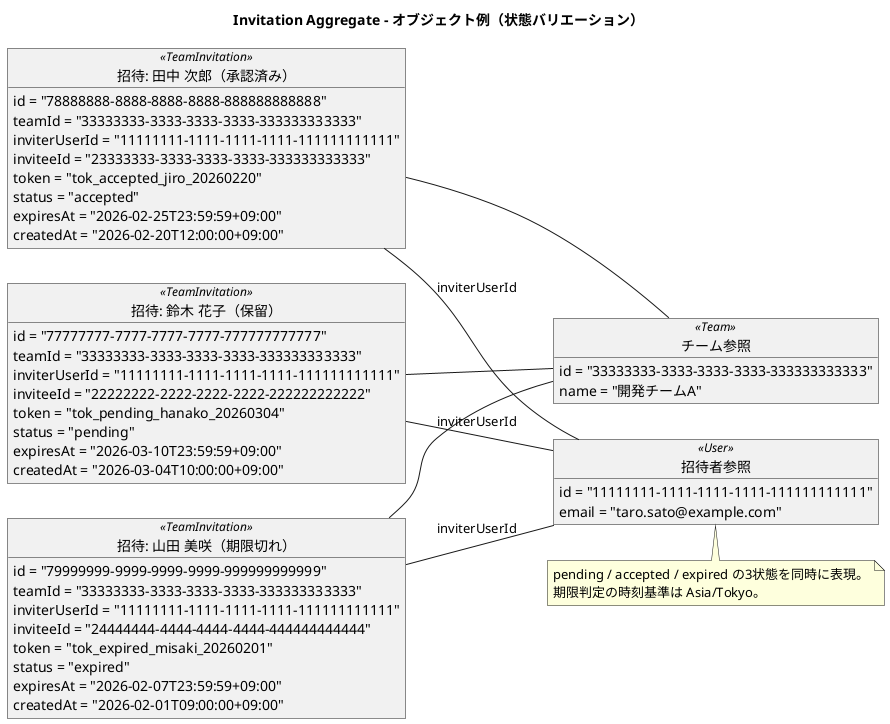
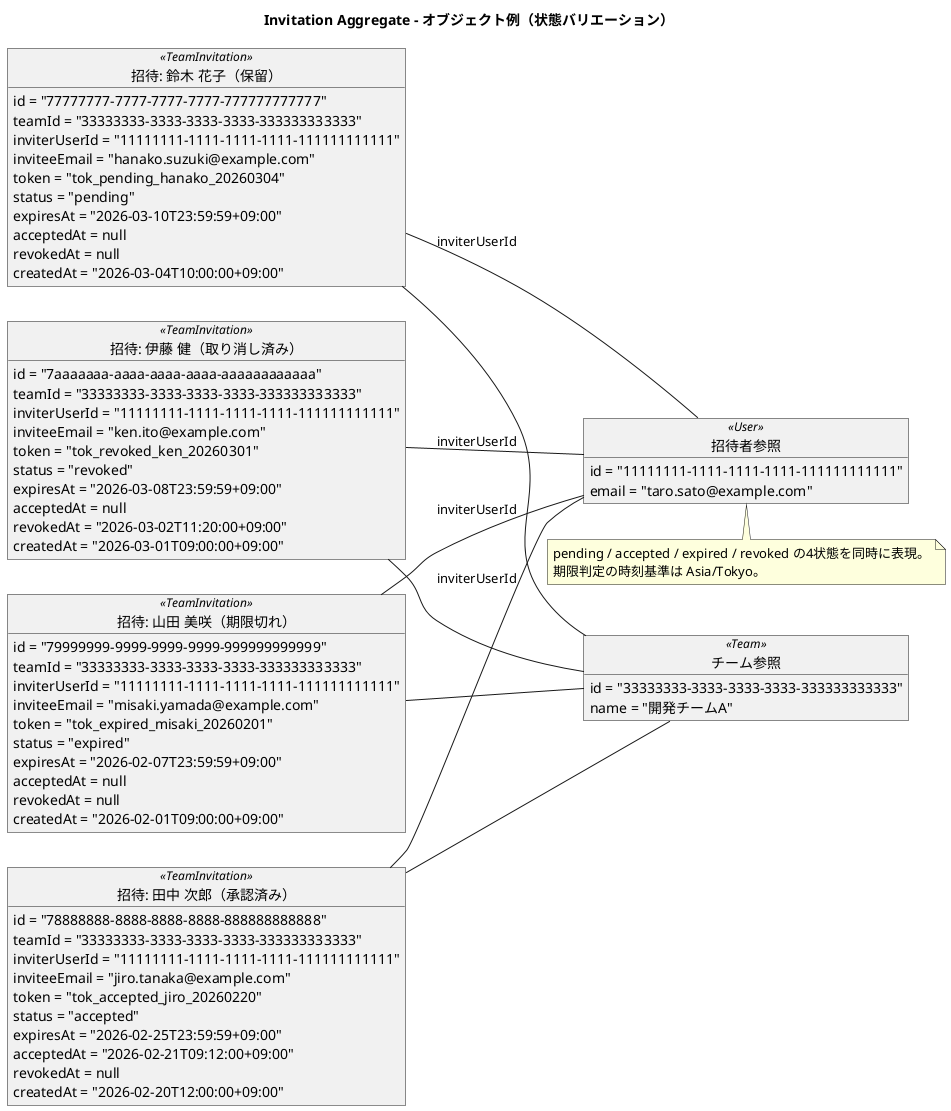
@startuml
title Invitation Aggregate - オブジェクト例（状態バリエーション）

left to right direction
skinparam shadowing false
skinparam objectAttributeIconSize 0

object "招待: 鈴木 花子（保留）" as inv_pending <<TeamInvitation>> {
  id = "77777777-7777-7777-7777-777777777777"
  teamId = "33333333-3333-3333-3333-333333333333"
  inviterUserId = "11111111-1111-1111-1111-111111111111"
-   inviteeId = "22222222-2222-2222-2222-222222222222"
+   inviteeEmail = "hanako.suzuki@example.com"
  token = "tok_pending_hanako_20260304"
  status = "pending"
  expiresAt = "2026-03-10T23:59:59+09:00"
+   acceptedAt = null
+   revokedAt = null
  createdAt = "2026-03-04T10:00:00+09:00"
}

object "招待: 田中 次郎（承認済み）" as inv_accepted <<TeamInvitation>> {
  id = "78888888-8888-8888-8888-888888888888"
  teamId = "33333333-3333-3333-3333-333333333333"
  inviterUserId = "11111111-1111-1111-1111-111111111111"
-   inviteeId = "23333333-3333-3333-3333-333333333333"
+   inviteeEmail = "jiro.tanaka@example.com"
  token = "tok_accepted_jiro_20260220"
  status = "accepted"
  expiresAt = "2026-02-25T23:59:59+09:00"
+   acceptedAt = "2026-02-21T09:12:00+09:00"
+   revokedAt = null
  createdAt = "2026-02-20T12:00:00+09:00"
}

object "招待: 山田 美咲（期限切れ）" as inv_expired <<TeamInvitation>> {
  id = "79999999-9999-9999-9999-999999999999"
  teamId = "33333333-3333-3333-3333-333333333333"
  inviterUserId = "11111111-1111-1111-1111-111111111111"
-   inviteeId = "24444444-4444-4444-4444-444444444444"
+   inviteeEmail = "misaki.yamada@example.com"
  token = "tok_expired_misaki_20260201"
  status = "expired"
  expiresAt = "2026-02-07T23:59:59+09:00"
+   acceptedAt = null
+   revokedAt = null
  createdAt = "2026-02-01T09:00:00+09:00"
+ }
+ 
+ object "招待: 伊藤 健（取り消し済み）" as inv_revoked <<TeamInvitation>> {
+   id = "7aaaaaaa-aaaa-aaaa-aaaa-aaaaaaaaaaaa"
+   teamId = "33333333-3333-3333-3333-333333333333"
+   inviterUserId = "11111111-1111-1111-1111-111111111111"
+   inviteeEmail = "ken.ito@example.com"
+   token = "tok_revoked_ken_20260301"
+   status = "revoked"
+   expiresAt = "2026-03-08T23:59:59+09:00"
+   acceptedAt = null
+   revokedAt = "2026-03-02T11:20:00+09:00"
+   createdAt = "2026-03-01T09:00:00+09:00"
}

object "チーム参照" as team_ref <<Team>> {
  id = "33333333-3333-3333-3333-333333333333"
  name = "開発チームA"
}

object "招待者参照" as inviter_ref <<User>> {
  id = "11111111-1111-1111-1111-111111111111"
  email = "taro.sato@example.com"
}

inv_pending -- team_ref
inv_accepted -- team_ref
inv_expired -- team_ref
+ inv_revoked -- team_ref
inv_pending -- inviter_ref : inviterUserId
inv_accepted -- inviter_ref : inviterUserId
inv_expired -- inviter_ref : inviterUserId
+ inv_revoked -- inviter_ref : inviterUserId

note bottom
- pending / accepted / expired の3状態を同時に表現。
+ pending / accepted / expired / revoked の4状態を同時に表現。
期限判定の時刻基準は Asia/Tokyo。
end note

@enduml